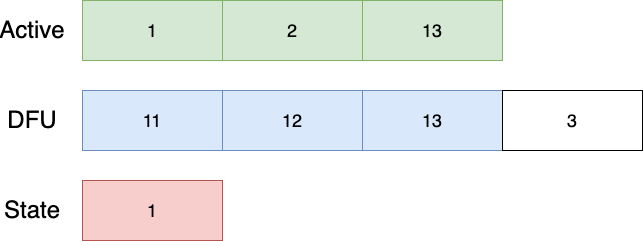
Earlier version of the draw.io export content/2022-04-29-firmware-updates-part-1/swap_step1.png (drogue-iot/blog.drogue.io). Source tidied: cells renumbered, new cells last; positions are measured from the earlier drawing's top-left corner, leaving out a move shared by most shapes. The source it was exported from:
```xml
<mxGraphModel>
  <root>
    <mxCell id="0" />
    <mxCell id="1" parent="0" />
    <mxCell id="2" value="&lt;font style=&quot;font-size: 18px&quot;&gt;1&lt;/font&gt;" style="rounded=0;whiteSpace=wrap;html=1;fillColor=#d5e8d4;strokeColor=#82b366;" parent="1" vertex="1">
      <mxGeometry x="70" width="140" height="60" as="geometry" />
    </mxCell>
    <mxCell id="3" value="&lt;font style=&quot;font-size: 18px&quot;&gt;2&lt;/font&gt;" style="rounded=0;whiteSpace=wrap;html=1;fillColor=#d5e8d4;strokeColor=#82b366;" parent="1" vertex="1">
      <mxGeometry x="210" width="140" height="60" as="geometry" />
    </mxCell>
    <mxCell id="4" value="&lt;font style=&quot;font-size: 18px&quot;&gt;13&lt;/font&gt;" style="rounded=0;whiteSpace=wrap;html=1;fillColor=#d5e8d4;strokeColor=#82b366;" parent="1" vertex="1">
      <mxGeometry x="350" width="140" height="60" as="geometry" />
    </mxCell>
    <mxCell id="5" value="&lt;font style=&quot;font-size: 18px&quot;&gt;1&lt;/font&gt;" style="rounded=0;whiteSpace=wrap;html=1;fillColor=#f8cecc;strokeColor=#b85450;" parent="1" vertex="1">
      <mxGeometry x="70" y="180" width="140" height="60" as="geometry" />
    </mxCell>
    <mxCell id="6" value="&lt;font style=&quot;font-size: 18px&quot;&gt;11&lt;/font&gt;" style="rounded=0;whiteSpace=wrap;html=1;fillColor=#dae8fc;strokeColor=#6c8ebf;" parent="1" vertex="1">
      <mxGeometry x="70" y="90" width="140" height="60" as="geometry" />
    </mxCell>
    <mxCell id="7" value="&lt;font style=&quot;font-size: 18px&quot;&gt;12&lt;/font&gt;" style="rounded=0;whiteSpace=wrap;html=1;fillColor=#dae8fc;strokeColor=#6c8ebf;" parent="1" vertex="1">
      <mxGeometry x="210" y="90" width="140" height="60" as="geometry" />
    </mxCell>
    <mxCell id="8" value="&lt;font style=&quot;font-size: 18px&quot;&gt;13&lt;/font&gt;" style="rounded=0;whiteSpace=wrap;html=1;fillColor=#dae8fc;strokeColor=#6c8ebf;" parent="1" vertex="1">
      <mxGeometry x="350" y="90" width="140" height="60" as="geometry" />
    </mxCell>
    <mxCell id="9" value="&lt;font style=&quot;font-size: 18px&quot;&gt;3&lt;/font&gt;" style="rounded=0;whiteSpace=wrap;html=1;" parent="1" vertex="1">
      <mxGeometry x="490" y="90" width="140" height="60" as="geometry" />
    </mxCell>
    <mxCell id="10" value="&lt;font style=&quot;font-size: 24px&quot;&gt;Active&lt;/font&gt;" style="text;html=1;strokeColor=none;fillColor=none;align=center;verticalAlign=middle;whiteSpace=wrap;rounded=0;" parent="1" vertex="1">
      <mxGeometry y="20" width="40" height="20" as="geometry" />
    </mxCell>
    <mxCell id="11" value="&lt;font style=&quot;font-size: 24px&quot;&gt;DFU&lt;/font&gt;" style="text;html=1;strokeColor=none;fillColor=none;align=center;verticalAlign=middle;whiteSpace=wrap;rounded=0;" parent="1" vertex="1">
      <mxGeometry y="110" width="40" height="20" as="geometry" />
    </mxCell>
    <mxCell id="12" value="&lt;font style=&quot;font-size: 24px&quot;&gt;State&lt;/font&gt;" style="text;html=1;strokeColor=none;fillColor=none;align=center;verticalAlign=middle;whiteSpace=wrap;rounded=0;" parent="1" vertex="1">
      <mxGeometry y="200" width="40" height="20" as="geometry" />
    </mxCell>
  </root>
</mxGraphModel>
```
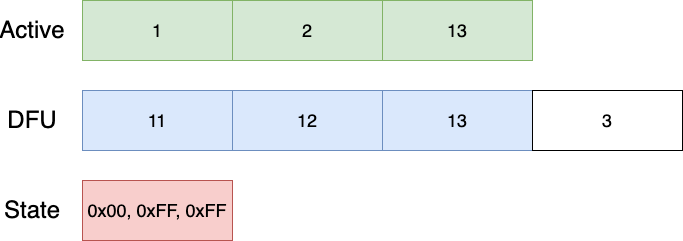
The same diagram one commit later.

Diff of the diagram source:
```diff
@@ -3,28 +3,28 @@
     <mxCell id="0" />
     <mxCell id="1" parent="0" />
     <mxCell id="2" value="&lt;font style=&quot;font-size: 18px&quot;&gt;1&lt;/font&gt;" style="rounded=0;whiteSpace=wrap;html=1;fillColor=#d5e8d4;strokeColor=#82b366;" parent="1" vertex="1">
-      <mxGeometry x="70" width="140" height="60" as="geometry" />
+      <mxGeometry x="70" width="150" height="60" as="geometry" />
     </mxCell>
     <mxCell id="3" value="&lt;font style=&quot;font-size: 18px&quot;&gt;2&lt;/font&gt;" style="rounded=0;whiteSpace=wrap;html=1;fillColor=#d5e8d4;strokeColor=#82b366;" parent="1" vertex="1">
-      <mxGeometry x="210" width="140" height="60" as="geometry" />
+      <mxGeometry x="220" width="150" height="60" as="geometry" />
     </mxCell>
     <mxCell id="4" value="&lt;font style=&quot;font-size: 18px&quot;&gt;13&lt;/font&gt;" style="rounded=0;whiteSpace=wrap;html=1;fillColor=#d5e8d4;strokeColor=#82b366;" parent="1" vertex="1">
-      <mxGeometry x="350" width="140" height="60" as="geometry" />
+      <mxGeometry x="370" width="150" height="60" as="geometry" />
     </mxCell>
-    <mxCell id="5" value="&lt;font style=&quot;font-size: 18px&quot;&gt;1&lt;/font&gt;" style="rounded=0;whiteSpace=wrap;html=1;fillColor=#f8cecc;strokeColor=#b85450;" parent="1" vertex="1">
-      <mxGeometry x="70" y="180" width="140" height="60" as="geometry" />
+    <mxCell id="5" value="&lt;font style=&quot;font-size: 18px&quot;&gt;0x00, 0xFF, 0xFF&lt;/font&gt;" style="rounded=0;whiteSpace=wrap;html=1;fillColor=#f8cecc;strokeColor=#b85450;" parent="1" vertex="1">
+      <mxGeometry x="70" y="180" width="150" height="60" as="geometry" />
     </mxCell>
     <mxCell id="6" value="&lt;font style=&quot;font-size: 18px&quot;&gt;11&lt;/font&gt;" style="rounded=0;whiteSpace=wrap;html=1;fillColor=#dae8fc;strokeColor=#6c8ebf;" parent="1" vertex="1">
-      <mxGeometry x="70" y="90" width="140" height="60" as="geometry" />
+      <mxGeometry x="70" y="90" width="150" height="60" as="geometry" />
     </mxCell>
     <mxCell id="7" value="&lt;font style=&quot;font-size: 18px&quot;&gt;12&lt;/font&gt;" style="rounded=0;whiteSpace=wrap;html=1;fillColor=#dae8fc;strokeColor=#6c8ebf;" parent="1" vertex="1">
-      <mxGeometry x="210" y="90" width="140" height="60" as="geometry" />
+      <mxGeometry x="220" y="90" width="150" height="60" as="geometry" />
     </mxCell>
     <mxCell id="8" value="&lt;font style=&quot;font-size: 18px&quot;&gt;13&lt;/font&gt;" style="rounded=0;whiteSpace=wrap;html=1;fillColor=#dae8fc;strokeColor=#6c8ebf;" parent="1" vertex="1">
-      <mxGeometry x="350" y="90" width="140" height="60" as="geometry" />
+      <mxGeometry x="370" y="90" width="150" height="60" as="geometry" />
     </mxCell>
     <mxCell id="9" value="&lt;font style=&quot;font-size: 18px&quot;&gt;3&lt;/font&gt;" style="rounded=0;whiteSpace=wrap;html=1;" parent="1" vertex="1">
-      <mxGeometry x="490" y="90" width="140" height="60" as="geometry" />
+      <mxGeometry x="520" y="90" width="150" height="60" as="geometry" />
     </mxCell>
     <mxCell id="10" value="&lt;font style=&quot;font-size: 24px&quot;&gt;Active&lt;/font&gt;" style="text;html=1;strokeColor=none;fillColor=none;align=center;verticalAlign=middle;whiteSpace=wrap;rounded=0;" parent="1" vertex="1">
       <mxGeometry y="20" width="40" height="20" as="geometry" />
```
